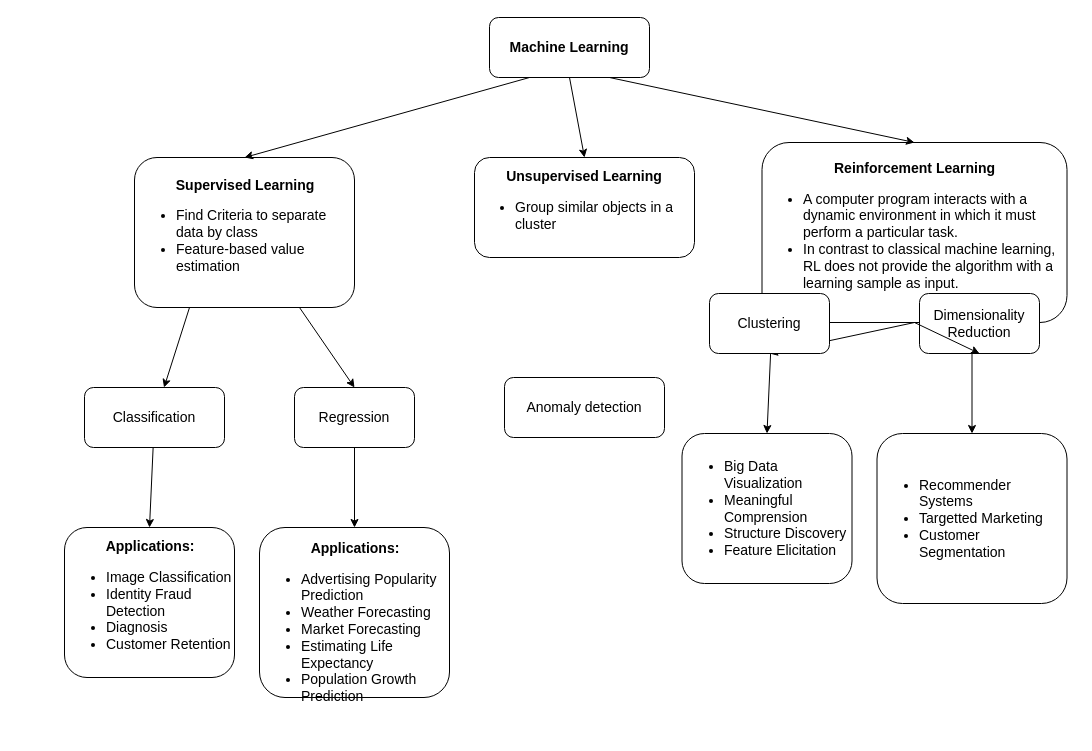
babiotg/DS-inbox keeps this draw.io diagram as ML algorithms classification.drawio. Above is the earlier version. Source tidied: cells renumbered, new cells numbered last; positions are measured from the earlier drawing's top-left corner, leaving out a move shared by most shapes. Both pictures are drawn from the tidied source at 100%, with x=0, y=0 at pixel (64, 17).
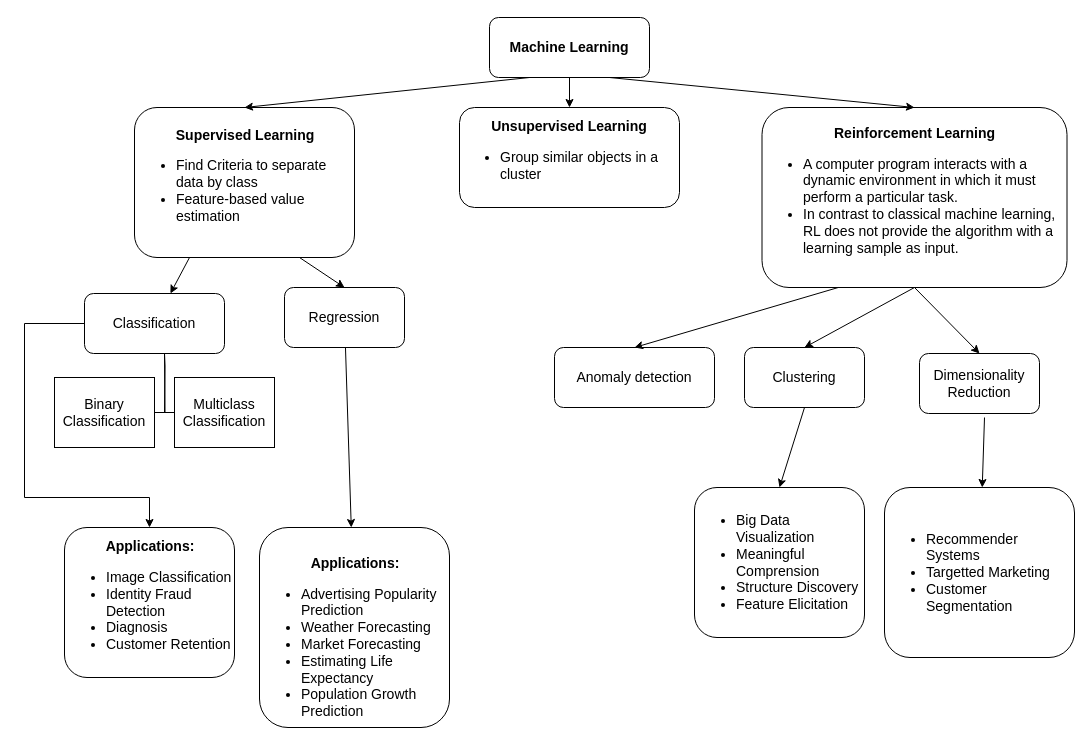
Above is the later version.

Unchanged cells that the change refers to:
```xml
<mxCell id="19" value="&lt;div style=&quot;text-align: center;&quot;&gt;&lt;b&gt;Applications:&lt;/b&gt;&lt;/div&gt;&lt;ul&gt;&lt;li&gt;&lt;span style=&quot;background-color: initial;&quot;&gt;Image Classification&lt;/span&gt;&lt;/li&gt;&lt;li&gt;&lt;span style=&quot;background-color: initial;&quot;&gt;Identity Fraud Detection&lt;/span&gt;&lt;/li&gt;&lt;li&gt;&lt;span style=&quot;background-color: initial;&quot;&gt;Diagnosis&lt;/span&gt;&lt;/li&gt;&lt;li&gt;&lt;span style=&quot;background-color: initial;&quot;&gt;Customer Retention&lt;/span&gt;&lt;/li&gt;&lt;/ul&gt;" style="rounded=1;whiteSpace=wrap;html=1;fontSize=14;align=left;" parent="1" vertex="1">
  <mxGeometry y="510" width="170" height="150" as="geometry" />
</mxCell>
```

What changed in the source:
```diff
@@
     <mxCell id="4" value="&lt;div style=&quot;text-align: center;&quot;&gt;&lt;b style=&quot;background-color: initial;&quot;&gt;Supervised Learning&lt;/b&gt;&lt;/div&gt;&lt;ul&gt;&lt;li&gt;Find Criteria to separate data by class&amp;nbsp;&lt;/li&gt;&lt;li&gt;Feature-based value estimation&lt;/li&gt;&lt;/ul&gt;" style="rounded=1;whiteSpace=wrap;html=1;fontSize=14;align=left;" parent="1" vertex="1">
-      <mxGeometry x="70" y="140" width="220" height="150" as="geometry" />
+      <mxGeometry x="70" y="90" width="220" height="150" as="geometry" />
     </mxCell>
     <mxCell id="5" value="&lt;b&gt;Unsupervised Learning&lt;/b&gt;&lt;br&gt;&lt;ul&gt;&lt;li style=&quot;text-align: left;&quot;&gt;Group similar objects in a cluster&lt;/li&gt;&lt;/ul&gt;" style="rounded=1;whiteSpace=wrap;html=1;fontSize=14;" parent="1" vertex="1">
-      <mxGeometry x="410" y="140" width="220" height="100" as="geometry" />
+      <mxGeometry x="395" y="90" width="220" height="100" as="geometry" />
     </mxCell>
     <mxCell id="6" value="&lt;b&gt;&lt;br&gt;Reinforcement Learning&lt;/b&gt;&lt;br&gt;&lt;div&gt;&lt;ul&gt;&lt;li style=&quot;text-align: left;&quot;&gt;A computer program interacts with a dynamic environment in which it must perform a particular task.&lt;/li&gt;&lt;li style=&quot;text-align: left;&quot;&gt;In contrast to classical machine learning, RL does not provide the algorithm with a learning sample as input.&amp;nbsp;&lt;/li&gt;&lt;/ul&gt;&lt;/div&gt;&lt;div&gt;&lt;br&gt;&lt;/div&gt;" style="rounded=1;whiteSpace=wrap;html=1;fontSize=14;" parent="1" vertex="1">
-      <mxGeometry x="697.5" y="125" width="305" height="180" as="geometry" />
+      <mxGeometry x="697.5" y="90" width="305" height="180" as="geometry" />
     </mxCell>
@@
-    <mxCell id="10" style="edgeStyle=none;rounded=0;jettySize=auto;html=1;fontSize=14;entryX=0.5;entryY=0;entryDx=0;entryDy=0;" parent="1" edge="1" source="11" target="19">
-      <mxGeometry relative="1" as="geometry" />
+    <mxCell id="10" style="edgeStyle=orthogonalEdgeStyle;rounded=0;jettySize=auto;html=1;fontSize=14;entryX=0.5;entryY=0;entryDx=0;entryDy=0;exitX=0;exitY=0.5;exitDx=0;exitDy=0;" parent="1" edge="1" source="11" target="19">
+      <mxGeometry relative="1" as="geometry">
+        <Array as="points">
+          <mxPoint x="-40" y="306" />
+          <mxPoint x="-40" y="480" />
+          <mxPoint x="85" y="480" />
+        </Array>
+      </mxGeometry>
     </mxCell>
     <mxCell id="11" value="Classification" style="rounded=1;whiteSpace=wrap;html=1;fontSize=14;" parent="1" vertex="1">
-      <mxGeometry x="20" y="370" width="140" height="60" as="geometry" />
+      <mxGeometry x="20" y="276" width="140" height="60" as="geometry" />
     </mxCell>
@@
     <mxCell id="13" value="Regression" style="whiteSpace=wrap;html=1;fontSize=14;rounded=1;" parent="1" vertex="1">
-      <mxGeometry x="230" y="370" width="120" height="60" as="geometry" />
+      <mxGeometry x="220" y="270" width="120" height="60" as="geometry" />
     </mxCell>
@@
-    <mxCell id="15" style="rounded=0;jettySize=auto;html=1;fontSize=14;exitX=0.5;exitY=1;exitDx=0;exitDy=0;entryX=0.5;entryY=1;entryDx=0;entryDy=0;" parent="1" edge="1" source="6" target="16">
+    <mxCell id="15" style="rounded=0;jettySize=auto;html=1;fontSize=14;exitX=0.5;exitY=1;exitDx=0;exitDy=0;entryX=0.5;entryY=0;entryDx=0;entryDy=0;" parent="1" edge="1" source="6" target="16">
       <mxGeometry relative="1" as="geometry" />
     </mxCell>
     <mxCell id="16" value="Clustering" style="rounded=1;whiteSpace=wrap;html=1;fontSize=14;" parent="1" vertex="1">
-      <mxGeometry x="645" y="276" width="120" height="60" as="geometry" />
+      <mxGeometry x="680" y="330" width="120" height="60" as="geometry" />
     </mxCell>
     <mxCell id="17" value="Dimensionality Reduction" style="whiteSpace=wrap;html=1;fontSize=14;rounded=1;" parent="1" vertex="1">
-      <mxGeometry x="855" y="276" width="120" height="60" as="geometry" />
+      <mxGeometry x="855" y="336" width="120" height="60" as="geometry" />
     </mxCell>
-    <mxCell id="18" style="endArrow=classic;html=1;rounded=0;fontSize=14;exitX=0.5;exitY=1;exitDx=0;exitDy=0;entryX=0.5;entryY=1;entryDx=0;entryDy=0;" parent="1" edge="1" source="6" target="17">
+    <mxCell id="18" style="endArrow=classic;html=1;rounded=0;fontSize=14;exitX=0.5;exitY=1;exitDx=0;exitDy=0;entryX=0.5;entryY=0;entryDx=0;entryDy=0;" parent="1" edge="1" source="6" target="17">
       <mxGeometry relative="1" as="geometry" />
     </mxCell>
@@
     <mxCell id="20" value="&lt;div style=&quot;text-align: center;&quot;&gt;&lt;b style=&quot;&quot;&gt;&lt;br&gt;&lt;/b&gt;&lt;/div&gt;&lt;div style=&quot;text-align: center;&quot;&gt;&lt;b style=&quot;&quot;&gt;&lt;br&gt;&lt;/b&gt;&lt;/div&gt;&lt;div style=&quot;text-align: center;&quot;&gt;&lt;b style=&quot;&quot;&gt;Applications:&lt;/b&gt;&lt;br&gt;&lt;/div&gt;&lt;ul&gt;&lt;li&gt;Advertising Popularity Prediction&lt;/li&gt;&lt;li&gt;Weather Forecasting&lt;/li&gt;&lt;li&gt;Market Forecasting&lt;/li&gt;&lt;li&gt;Estimating Life Expectancy&lt;/li&gt;&lt;li&gt;Population Growth Prediction&lt;/li&gt;&lt;/ul&gt;" style="whiteSpace=wrap;html=1;fontSize=14;rounded=1;align=left;" parent="1" vertex="1">
-      <mxGeometry x="195" y="510" width="190" height="170" as="geometry" />
+      <mxGeometry x="195" y="510" width="190" height="200" as="geometry" />
     </mxCell>
-    <mxCell id="21" style="edgeStyle=none;rounded=0;jettySize=auto;html=1;fontSize=14;entryX=0.5;entryY=0;entryDx=0;entryDy=0;" parent="1" edge="1" target="23">
-      <mxGeometry relative="1" as="geometry">
-        <mxPoint x="706.1" y="336" as="sourcePoint" />
-      </mxGeometry>
+    <mxCell id="21" style="edgeStyle=none;rounded=0;jettySize=auto;html=1;fontSize=14;entryX=0.5;entryY=0;entryDx=0;entryDy=0;exitX=0.5;exitY=1;exitDx=0;exitDy=0;" parent="1" edge="1" source="16" target="23">
+      <mxGeometry relative="1" as="geometry" />
     </mxCell>
     <mxCell id="22" style="edgeStyle=none;rounded=0;jettySize=auto;html=1;fontSize=14;" parent="1" edge="1" target="24">
       <mxGeometry relative="1" as="geometry">
-        <mxPoint x="907.5" y="336" as="sourcePoint" />
+        <mxPoint x="920" y="400" as="sourcePoint" />
+        <Array as="points">
+          <mxPoint x="920" y="400" />
+        </Array>
       </mxGeometry>
     </mxCell>
     <mxCell id="23" value="&lt;ul&gt;&lt;li&gt;Big Data Visualization&lt;/li&gt;&lt;li&gt;Meaningful Comprension&lt;/li&gt;&lt;li&gt;Structure Discovery&lt;/li&gt;&lt;li&gt;Feature Elicitation&lt;/li&gt;&lt;/ul&gt;" style="rounded=1;whiteSpace=wrap;html=1;fontSize=14;align=left;" parent="1" vertex="1">
-      <mxGeometry x="617.5" y="416" width="170" height="150" as="geometry" />
+      <mxGeometry x="630" y="470" width="170" height="150" as="geometry" />
     </mxCell>
     <mxCell id="24" value="&lt;ul&gt;&lt;li&gt;Recommender Systems&lt;/li&gt;&lt;li&gt;Targetted Marketing&lt;/li&gt;&lt;li&gt;Customer Segmentation&lt;/li&gt;&lt;/ul&gt;" style="whiteSpace=wrap;html=1;fontSize=14;rounded=1;align=left;" parent="1" vertex="1">
-      <mxGeometry x="812.5" y="416" width="190" height="170" as="geometry" />
+      <mxGeometry x="820" y="470" width="190" height="170" as="geometry" />
     </mxCell>
@@
     <mxCell id="26" value="&lt;span style=&quot;background-color: initial;&quot;&gt;Anomaly detection&lt;br&gt;&lt;/span&gt;" style="rounded=1;whiteSpace=wrap;html=1;fontSize=14;" parent="1" vertex="1">
-      <mxGeometry x="440" y="360" width="160" height="60" as="geometry" />
+      <mxGeometry x="490" y="330" width="160" height="60" as="geometry" />
     </mxCell>
+    <mxCell id="27" style="edgeStyle=orthogonalEdgeStyle;startArrow=none;endArrow=none;rounded=0;targetPortConstraint=eastwest;sourcePortConstraint=northsouth;fontSize=14;" parent="1" edge="1" target="29">
+      <mxGeometry relative="1" as="geometry">
+        <mxPoint x="100" y="336" as="sourcePoint" />
+      </mxGeometry>
+    </mxCell>
+    <mxCell id="28" style="edgeStyle=orthogonalEdgeStyle;startArrow=none;endArrow=none;rounded=0;targetPortConstraint=eastwest;sourcePortConstraint=northsouth;fontSize=14;" parent="1" edge="1" target="30">
+      <mxGeometry relative="1" as="geometry">
+        <mxPoint x="100" y="336" as="sourcePoint" />
+      </mxGeometry>
+    </mxCell>
+    <mxCell id="29" value="Binary Classification&lt;br&gt;" style="whiteSpace=wrap;html=1;align=center;verticalAlign=middle;fontSize=14;" parent="1" vertex="1">
+      <mxGeometry x="-10" y="360" width="100" height="70" as="geometry" />
+    </mxCell>
+    <mxCell id="30" value="Multiclass Classification" style="whiteSpace=wrap;html=1;align=center;verticalAlign=middle;fontSize=14;" parent="1" vertex="1">
+      <mxGeometry x="110" y="360" width="100" height="70" as="geometry" />
+    </mxCell>
+    <mxCell id="31" style="endArrow=classic;html=1;rounded=0;fontSize=14;exitX=0.25;exitY=1;exitDx=0;exitDy=0;entryX=0.5;entryY=0;entryDx=0;entryDy=0;" parent="1" edge="1" source="6" target="26">
+      <mxGeometry relative="1" as="geometry" />
+    </mxCell>
```
